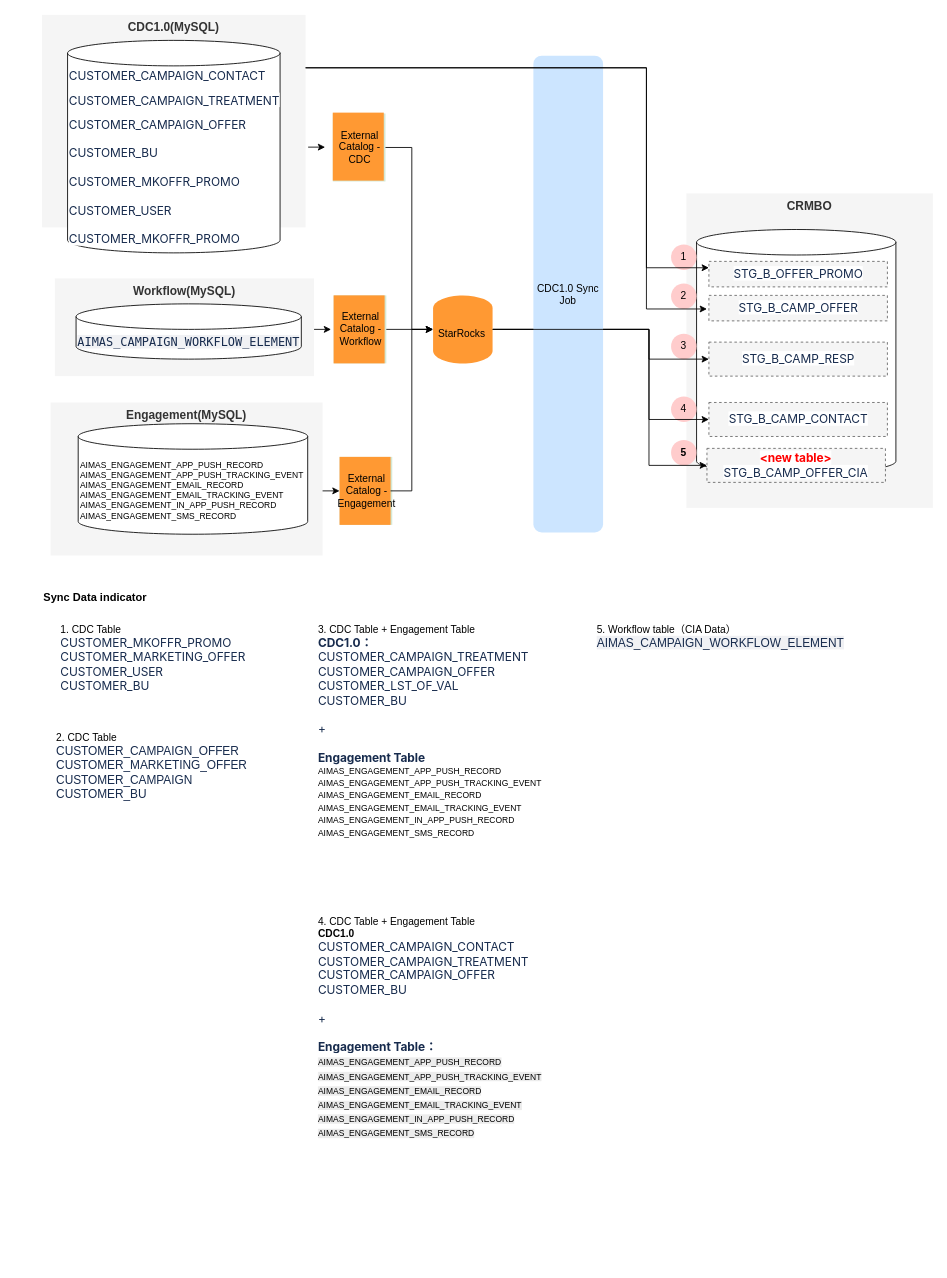
Above: techlab/EDP/CRMBO data integration strategy.drawio in qiufang1314/drawio (draw.io), before the change. Source tidied: cells renumbered, new cells numbered last; positions are measured from the earlier drawing's top-left corner, leaving out a move shared by most shapes. Both pictures are drawn from the tidied source at 85%, with x=0, y=0 at pixel (42, 14).
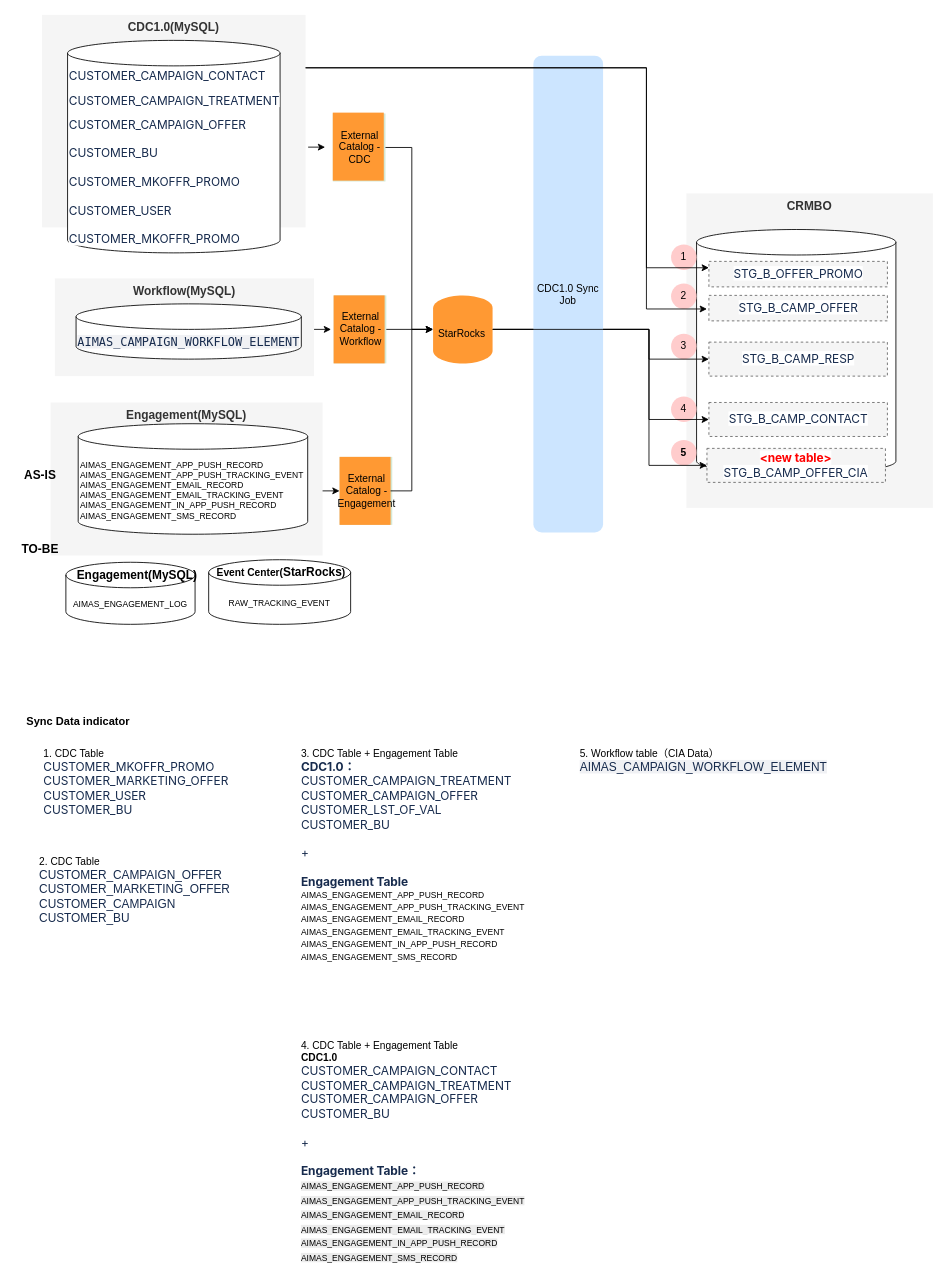
After the change.

Diff of the diagram source:
```diff
@@
     <mxCell id="33" value="1. CDC Table&lt;div&gt;&lt;span style=&quot;color: rgb(23, 43, 77); font-family: -apple-system, &amp;quot;system-ui&amp;quot;, &amp;quot;Segoe UI&amp;quot;, Roboto, Oxygen, Ubuntu, &amp;quot;Fira Sans&amp;quot;, &amp;quot;Droid Sans&amp;quot;, &amp;quot;Helvetica Neue&amp;quot;, sans-serif; font-size: 14px; letter-spacing: -0.07px; white-space-collapse: preserve; background-color: rgb(255, 255, 255);&quot;&gt;CUSTOMER_MKOFFR_PROMO&lt;/span&gt;&lt;br style=&quot;box-sizing: border-box; color: rgb(23, 43, 77); font-family: -apple-system, &amp;quot;system-ui&amp;quot;, &amp;quot;Segoe UI&amp;quot;, Roboto, Oxygen, Ubuntu, &amp;quot;Fira Sans&amp;quot;, &amp;quot;Droid Sans&amp;quot;, &amp;quot;Helvetica Neue&amp;quot;, sans-serif; font-size: 14px; letter-spacing: -0.07px; white-space-collapse: preserve; background-color: rgb(255, 255, 255);&quot;&gt;&lt;span style=&quot;color: rgb(23, 43, 77); font-family: -apple-system, &amp;quot;system-ui&amp;quot;, &amp;quot;Segoe UI&amp;quot;, Roboto, Oxygen, Ubuntu, &amp;quot;Fira Sans&amp;quot;, &amp;quot;Droid Sans&amp;quot;, &amp;quot;Helvetica Neue&amp;quot;, sans-serif; font-size: 14px; letter-spacing: -0.07px; white-space-collapse: preserve; background-color: rgb(255, 255, 255);&quot;&gt;CUSTOMER_MARKETING_OFFER&lt;/span&gt;&lt;br style=&quot;box-sizing: border-box; color: rgb(23, 43, 77); font-family: -apple-system, &amp;quot;system-ui&amp;quot;, &amp;quot;Segoe UI&amp;quot;, Roboto, Oxygen, Ubuntu, &amp;quot;Fira Sans&amp;quot;, &amp;quot;Droid Sans&amp;quot;, &amp;quot;Helvetica Neue&amp;quot;, sans-serif; font-size: 14px; letter-spacing: -0.07px; white-space-collapse: preserve; background-color: rgb(255, 255, 255);&quot;&gt;&lt;span style=&quot;color: rgb(23, 43, 77); font-family: -apple-system, &amp;quot;system-ui&amp;quot;, &amp;quot;Segoe UI&amp;quot;, Roboto, Oxygen, Ubuntu, &amp;quot;Fira Sans&amp;quot;, &amp;quot;Droid Sans&amp;quot;, &amp;quot;Helvetica Neue&amp;quot;, sans-serif; font-size: 14px; letter-spacing: -0.07px; white-space-collapse: preserve; background-color: rgb(255, 255, 255);&quot;&gt;CUSTOMER_USER&lt;/span&gt;&lt;br style=&quot;box-sizing: border-box; color: rgb(23, 43, 77); font-family: -apple-system, &amp;quot;system-ui&amp;quot;, &amp;quot;Segoe UI&amp;quot;, Roboto, Oxygen, Ubuntu, &amp;quot;Fira Sans&amp;quot;, &amp;quot;Droid Sans&amp;quot;, &amp;quot;Helvetica Neue&amp;quot;, sans-serif; font-size: 14px; letter-spacing: -0.07px; white-space-collapse: preserve; background-color: rgb(255, 255, 255);&quot;&gt;&lt;span style=&quot;color: rgb(23, 43, 77); font-family: -apple-system, &amp;quot;system-ui&amp;quot;, &amp;quot;Segoe UI&amp;quot;, Roboto, Oxygen, Ubuntu, &amp;quot;Fira Sans&amp;quot;, &amp;quot;Droid Sans&amp;quot;, &amp;quot;Helvetica Neue&amp;quot;, sans-serif; font-size: 14px; letter-spacing: -0.07px; white-space-collapse: preserve; background-color: rgb(255, 255, 255);&quot;&gt;CUSTOMER_BU&lt;/span&gt;&lt;/div&gt;" style="text;html=1;align=left;verticalAlign=top;whiteSpace=wrap;rounded=0;" parent="1" vertex="1">
-      <mxGeometry x="20" y="710" width="220" height="100" as="geometry" />
+      <mxGeometry y="856" width="220" height="100" as="geometry" />
     </mxCell>
     <mxCell id="34" value="&lt;font face=&quot;Helvetica&quot;&gt;2. CDC Table&lt;/font&gt;&lt;div&gt;&lt;font face=&quot;Helvetica&quot;&gt;&lt;span style=&quot;color: rgb(23, 43, 77); font-size: 14px; letter-spacing: -0.07px; white-space-collapse: preserve; background-color: rgb(255, 255, 255);&quot;&gt;CUSTOMER_CAMPAIGN_OFFER&lt;/span&gt;&lt;br style=&quot;box-sizing: border-box; color: rgb(23, 43, 77); font-size: 14px; letter-spacing: -0.07px; white-space-collapse: preserve; background-color: rgb(255, 255, 255);&quot;&gt;&lt;span style=&quot;color: rgb(23, 43, 77); font-size: 14px; letter-spacing: -0.07px; white-space-collapse: preserve; background-color: rgb(255, 255, 255);&quot;&gt;CUSTOMER_MARKETING_OFFER&lt;/span&gt;&lt;br style=&quot;box-sizing: border-box; color: rgb(23, 43, 77); font-size: 14px; letter-spacing: -0.07px; white-space-collapse: preserve; background-color: rgb(255, 255, 255);&quot;&gt;&lt;span style=&quot;color: rgb(23, 43, 77); font-size: 14px; letter-spacing: -0.07px; white-space-collapse: preserve; background-color: rgb(255, 255, 255);&quot;&gt;CUSTOMER_CAMPAIGN&lt;/span&gt;&lt;br style=&quot;box-sizing: border-box; color: rgb(23, 43, 77); font-size: 14px; letter-spacing: -0.07px; white-space-collapse: preserve; background-color: rgb(255, 255, 255);&quot;&gt;&lt;span style=&quot;color: rgb(23, 43, 77); font-size: 14px; letter-spacing: -0.07px; white-space-collapse: preserve; background-color: rgb(255, 255, 255);&quot;&gt;CUSTOMER_BU&lt;/span&gt;&lt;/font&gt;&lt;/div&gt;&lt;div&gt;&lt;span style=&quot;color: rgb(23, 43, 77); font-family: -apple-system, &amp;quot;system-ui&amp;quot;, &amp;quot;Segoe UI&amp;quot;, Roboto, Oxygen, Ubuntu, &amp;quot;Fira Sans&amp;quot;, &amp;quot;Droid Sans&amp;quot;, &amp;quot;Helvetica Neue&amp;quot;, sans-serif; font-size: 14px; letter-spacing: -0.07px; white-space-collapse: preserve; background-color: rgb(255, 255, 255);&quot;&gt;&lt;br&gt;&lt;/span&gt;&lt;/div&gt;" style="text;html=1;align=left;verticalAlign=top;whiteSpace=wrap;rounded=0;" parent="1" vertex="1">
-      <mxGeometry x="15" y="837" width="336" height="120" as="geometry" />
+      <mxGeometry x="-5" y="983" width="336" height="120" as="geometry" />
     </mxCell>
     <mxCell id="35" value="3. CDC Table + Engagement Table&lt;div&gt;&lt;font face=&quot;-apple-system, system-ui, Segoe UI, Roboto, Oxygen, Ubuntu, Fira Sans, Droid Sans, Helvetica Neue, sans-serif&quot; color=&quot;#172b4d&quot;&gt;&lt;span style=&quot;font-size: 14px; letter-spacing: -0.07px; white-space-collapse: preserve; background-color: rgb(255, 255, 255);&quot;&gt;&lt;b&gt;CDC1.0：&lt;/b&gt;&lt;/span&gt;&lt;/font&gt;&lt;/div&gt;&lt;div&gt;&lt;span style=&quot;color: rgb(23, 43, 77); font-family: -apple-system, &amp;quot;system-ui&amp;quot;, &amp;quot;Segoe UI&amp;quot;, Roboto, Oxygen, Ubuntu, &amp;quot;Fira Sans&amp;quot;, &amp;quot;Droid Sans&amp;quot;, &amp;quot;Helvetica Neue&amp;quot;, sans-serif; font-size: 14px; letter-spacing: -0.07px; white-space-collapse: preserve; background-color: rgb(255, 255, 255);&quot;&gt;CUSTOMER_CAMPAIGN_TREATMENT&lt;/span&gt;&lt;br style=&quot;box-sizing: border-box; color: rgb(23, 43, 77); font-family: -apple-system, &amp;quot;system-ui&amp;quot;, &amp;quot;Segoe UI&amp;quot;, Roboto, Oxygen, Ubuntu, &amp;quot;Fira Sans&amp;quot;, &amp;quot;Droid Sans&amp;quot;, &amp;quot;Helvetica Neue&amp;quot;, sans-serif; font-size: 14px; letter-spacing: -0.07px; white-space-collapse: preserve; background-color: rgb(255, 255, 255);&quot;&gt;&lt;span style=&quot;color: rgb(23, 43, 77); font-family: -apple-system, &amp;quot;system-ui&amp;quot;, &amp;quot;Segoe UI&amp;quot;, Roboto, Oxygen, Ubuntu, &amp;quot;Fira Sans&amp;quot;, &amp;quot;Droid Sans&amp;quot;, &amp;quot;Helvetica Neue&amp;quot;, sans-serif; font-size: 14px; letter-spacing: -0.07px; white-space-collapse: preserve; background-color: rgb(255, 255, 255);&quot;&gt;CUSTOMER_CAMPAIGN_OFFER&lt;/span&gt;&lt;br style=&quot;box-sizing: border-box; color: rgb(23, 43, 77); font-family: -apple-system, &amp;quot;system-ui&amp;quot;, &amp;quot;Segoe UI&amp;quot;, Roboto, Oxygen, Ubuntu, &amp;quot;Fira Sans&amp;quot;, &amp;quot;Droid Sans&amp;quot;, &amp;quot;Helvetica Neue&amp;quot;, sans-serif; font-size: 14px; letter-spacing: -0.07px; white-space-collapse: preserve; background-color: rgb(255, 255, 255);&quot;&gt;&lt;span style=&quot;color: rgb(23, 43, 77); font-family: -apple-system, &amp;quot;system-ui&amp;quot;, &amp;quot;Segoe UI&amp;quot;, Roboto, Oxygen, Ubuntu, &amp;quot;Fira Sans&amp;quot;, &amp;quot;Droid Sans&amp;quot;, &amp;quot;Helvetica Neue&amp;quot;, sans-serif; font-size: 14px; letter-spacing: -0.07px; white-space-collapse: preserve; background-color: rgb(255, 255, 255);&quot;&gt;CUSTOMER_LST_OF_VAL&lt;/span&gt;&lt;br style=&quot;box-sizing: border-box; color: rgb(23, 43, 77); font-family: -apple-system, &amp;quot;system-ui&amp;quot;, &amp;quot;Segoe UI&amp;quot;, Roboto, Oxygen, Ubuntu, &amp;quot;Fira Sans&amp;quot;, &amp;quot;Droid Sans&amp;quot;, &amp;quot;Helvetica Neue&amp;quot;, sans-serif; font-size: 14px; letter-spacing: -0.07px; white-space-collapse: preserve; background-color: rgb(255, 255, 255);&quot;&gt;&lt;span style=&quot;color: rgb(23, 43, 77); font-family: -apple-system, &amp;quot;system-ui&amp;quot;, &amp;quot;Segoe UI&amp;quot;, Roboto, Oxygen, Ubuntu, &amp;quot;Fira Sans&amp;quot;, &amp;quot;Droid Sans&amp;quot;, &amp;quot;Helvetica Neue&amp;quot;, sans-serif; font-size: 14px; letter-spacing: -0.07px; white-space-collapse: preserve; background-color: rgb(255, 255, 255);&quot;&gt;CUSTOMER_BU&lt;/span&gt;&lt;/div&gt;&lt;div&gt;&lt;span style=&quot;color: rgb(23, 43, 77); font-family: -apple-system, &amp;quot;system-ui&amp;quot;, &amp;quot;Segoe UI&amp;quot;, Roboto, Oxygen, Ubuntu, &amp;quot;Fira Sans&amp;quot;, &amp;quot;Droid Sans&amp;quot;, &amp;quot;Helvetica Neue&amp;quot;, sans-serif; font-size: 14px; letter-spacing: -0.07px; white-space-collapse: preserve; background-color: rgb(255, 255, 255);&quot;&gt;&lt;br&gt;&lt;/span&gt;&lt;/div&gt;&lt;div&gt;&lt;span style=&quot;color: rgb(23, 43, 77); font-family: -apple-system, &amp;quot;system-ui&amp;quot;, &amp;quot;Segoe UI&amp;quot;, Roboto, Oxygen, Ubuntu, &amp;quot;Fira Sans&amp;quot;, &amp;quot;Droid Sans&amp;quot;, &amp;quot;Helvetica Neue&amp;quot;, sans-serif; font-size: 14px; letter-spacing: -0.07px; white-space-collapse: preserve; background-color: rgb(255, 255, 255);&quot;&gt;+&lt;/span&gt;&lt;/div&gt;&lt;div&gt;&lt;span style=&quot;color: rgb(23, 43, 77); font-family: -apple-system, &amp;quot;system-ui&amp;quot;, &amp;quot;Segoe UI&amp;quot;, Roboto, Oxygen, Ubuntu, &amp;quot;Fira Sans&amp;quot;, &amp;quot;Droid Sans&amp;quot;, &amp;quot;Helvetica Neue&amp;quot;, sans-serif; font-size: 14px; letter-spacing: -0.07px; white-space-collapse: preserve; background-color: rgb(255, 255, 255);&quot;&gt;&lt;br&gt;&lt;/span&gt;&lt;/div&gt;&lt;div&gt;&lt;span style=&quot;color: rgb(23, 43, 77); font-family: -apple-system, &amp;quot;system-ui&amp;quot;, &amp;quot;Segoe UI&amp;quot;, Roboto, Oxygen, Ubuntu, &amp;quot;Fira Sans&amp;quot;, &amp;quot;Droid Sans&amp;quot;, &amp;quot;Helvetica Neue&amp;quot;, sans-serif; font-size: 14px; letter-spacing: -0.07px; white-space-collapse: preserve; background-color: rgb(255, 255, 255);&quot;&gt;&lt;b&gt;Engagement Table&lt;/b&gt;&lt;/span&gt;&lt;/div&gt;&lt;div&gt;&lt;font face=&quot;Helvetica&quot;&gt;&lt;span style=&quot;font-size: 10px;&quot;&gt;AIMAS_ENGAGEMENT_APP_PUSH_RECORD&lt;/span&gt;&lt;br style=&quot;font-size: 10px;&quot;&gt;&lt;span style=&quot;font-size: 10px;&quot;&gt;AIMAS_ENGAGEMENT_APP_PUSH_TRACKING_EVENT&lt;/span&gt;&lt;br style=&quot;font-size: 10px;&quot;&gt;&lt;span style=&quot;font-size: 10px;&quot;&gt;AIMAS_ENGAGEMENT_EMAIL_RECORD&lt;/span&gt;&lt;br style=&quot;font-size: 10px;&quot;&gt;&lt;span style=&quot;font-size: 10px;&quot;&gt;AIMAS_ENGAGEMENT_EMAIL_TRACKING_EVENT&lt;/span&gt;&lt;br style=&quot;font-size: 10px;&quot;&gt;&lt;span style=&quot;font-size: 10px;&quot;&gt;AIMAS_ENGAGEMENT_IN_APP_PUSH_RECORD&lt;/span&gt;&lt;br style=&quot;font-size: 10px;&quot;&gt;&lt;span style=&quot;font-size: 10px;&quot;&gt;AIMAS_ENGAGEMENT_SMS_RECORD&lt;/span&gt;&lt;/font&gt;&lt;/div&gt;" style="text;html=1;align=left;verticalAlign=top;whiteSpace=wrap;rounded=0;" parent="1" vertex="1">
-      <mxGeometry x="323" y="710" width="220" height="100" as="geometry" />
+      <mxGeometry x="303" y="856" width="220" height="100" as="geometry" />
     </mxCell>
     <mxCell id="36" value="4. CDC Table + Engagement Table&lt;div&gt;&lt;b&gt;CDC1.0&lt;/b&gt;&lt;br&gt;&lt;div&gt;&lt;font face=&quot;-apple-system, system-ui, Segoe UI, Roboto, Oxygen, Ubuntu, Fira Sans, Droid Sans, Helvetica Neue, sans-serif&quot; color=&quot;#172b4d&quot;&gt;&lt;span style=&quot;font-size: 14px; letter-spacing: -0.07px; white-space-collapse: preserve;&quot;&gt;CUSTOMER_CAMPAIGN_CONTACT&lt;br&gt;CUSTOMER_CAMPAIGN_TREATMENT&lt;br&gt;CUSTOMER_CAMPAIGN_OFFER&lt;br&gt;CUSTOMER_BU&lt;/span&gt;&lt;/font&gt;&lt;/div&gt;&lt;div&gt;&lt;span style=&quot;color: rgb(23, 43, 77); font-family: -apple-system, &amp;quot;system-ui&amp;quot;, &amp;quot;Segoe UI&amp;quot;, Roboto, Oxygen, Ubuntu, &amp;quot;Fira Sans&amp;quot;, &amp;quot;Droid Sans&amp;quot;, &amp;quot;Helvetica Neue&amp;quot;, sans-serif; font-size: 14px; letter-spacing: -0.07px; white-space-collapse: preserve; background-color: rgb(255, 255, 255);&quot;&gt;&lt;br&gt;&lt;/span&gt;&lt;/div&gt;&lt;div&gt;&lt;span style=&quot;color: rgb(23, 43, 77); font-family: -apple-system, &amp;quot;system-ui&amp;quot;, &amp;quot;Segoe UI&amp;quot;, Roboto, Oxygen, Ubuntu, &amp;quot;Fira Sans&amp;quot;, &amp;quot;Droid Sans&amp;quot;, &amp;quot;Helvetica Neue&amp;quot;, sans-serif; font-size: 14px; letter-spacing: -0.07px; white-space-collapse: preserve; background-color: rgb(255, 255, 255);&quot;&gt;+&lt;/span&gt;&lt;/div&gt;&lt;div&gt;&lt;span style=&quot;color: rgb(23, 43, 77); font-family: -apple-system, &amp;quot;system-ui&amp;quot;, &amp;quot;Segoe UI&amp;quot;, Roboto, Oxygen, Ubuntu, &amp;quot;Fira Sans&amp;quot;, &amp;quot;Droid Sans&amp;quot;, &amp;quot;Helvetica Neue&amp;quot;, sans-serif; font-size: 14px; letter-spacing: -0.07px; white-space-collapse: preserve; background-color: rgb(255, 255, 255);&quot;&gt;&lt;br&gt;&lt;/span&gt;&lt;/div&gt;&lt;div&gt;&lt;span style=&quot;color: rgb(23, 43, 77); font-family: -apple-system, &amp;quot;system-ui&amp;quot;, &amp;quot;Segoe UI&amp;quot;, Roboto, Oxygen, Ubuntu, &amp;quot;Fira Sans&amp;quot;, &amp;quot;Droid Sans&amp;quot;, &amp;quot;Helvetica Neue&amp;quot;, sans-serif; font-size: 14px; letter-spacing: -0.07px; white-space-collapse: preserve; background-color: rgb(255, 255, 255);&quot;&gt;&lt;b&gt;Engagement Table：&lt;/b&gt;&lt;/span&gt;&lt;/div&gt;&lt;/div&gt;&lt;div&gt;&lt;span style=&quot;color: rgb(23, 43, 77); font-family: -apple-system, &amp;quot;system-ui&amp;quot;, &amp;quot;Segoe UI&amp;quot;, Roboto, Oxygen, Ubuntu, &amp;quot;Fira Sans&amp;quot;, &amp;quot;Droid Sans&amp;quot;, &amp;quot;Helvetica Neue&amp;quot;, sans-serif; font-size: 14px; letter-spacing: -0.07px; white-space-collapse: preserve; background-color: rgb(255, 255, 255);&quot;&gt;&lt;span style=&quot;color: rgb(0, 0, 0); font-family: Helvetica; letter-spacing: normal; white-space-collapse: collapse; background-color: rgb(236, 236, 236); font-size: 10px;&quot;&gt;AIMAS_ENGAGEMENT_APP_PUSH_RECORD&lt;/span&gt;&lt;br style=&quot;color: rgb(0, 0, 0); font-family: Helvetica; letter-spacing: normal; white-space-collapse: collapse; background-color: rgb(236, 236, 236); font-size: 10px;&quot;&gt;&lt;span style=&quot;color: rgb(0, 0, 0); font-family: Helvetica; letter-spacing: normal; white-space-collapse: collapse; background-color: rgb(236, 236, 236); font-size: 10px;&quot;&gt;AIMAS_ENGAGEMENT_APP_PUSH_TRACKING_EVENT&lt;/span&gt;&lt;br style=&quot;color: rgb(0, 0, 0); font-family: Helvetica; letter-spacing: normal; white-space-collapse: collapse; background-color: rgb(236, 236, 236); font-size: 10px;&quot;&gt;&lt;span style=&quot;color: rgb(0, 0, 0); font-family: Helvetica; letter-spacing: normal; white-space-collapse: collapse; background-color: rgb(236, 236, 236); font-size: 10px;&quot;&gt;AIMAS_ENGAGEMENT_EMAIL_RECORD&lt;/span&gt;&lt;br style=&quot;color: rgb(0, 0, 0); font-family: Helvetica; letter-spacing: normal; white-space-collapse: collapse; background-color: rgb(236, 236, 236); font-size: 10px;&quot;&gt;&lt;span style=&quot;color: rgb(0, 0, 0); font-family: Helvetica; letter-spacing: normal; white-space-collapse: collapse; background-color: rgb(236, 236, 236); font-size: 10px;&quot;&gt;AIMAS_ENGAGEMENT_EMAIL_TRACKING_EVENT&lt;/span&gt;&lt;br style=&quot;color: rgb(0, 0, 0); font-family: Helvetica; letter-spacing: normal; white-space-collapse: collapse; background-color: rgb(236, 236, 236); font-size: 10px;&quot;&gt;&lt;span style=&quot;color: rgb(0, 0, 0); font-family: Helvetica; letter-spacing: normal; white-space-collapse: collapse; background-color: rgb(236, 236, 236); font-size: 10px;&quot;&gt;AIMAS_ENGAGEMENT_IN_APP_PUSH_RECORD&lt;/span&gt;&lt;br style=&quot;color: rgb(0, 0, 0); font-family: Helvetica; letter-spacing: normal; white-space-collapse: collapse; background-color: rgb(236, 236, 236); font-size: 10px;&quot;&gt;&lt;span style=&quot;color: rgb(0, 0, 0); font-family: Helvetica; letter-spacing: normal; white-space-collapse: collapse; background-color: rgb(236, 236, 236); font-size: 10px;&quot;&gt;AIMAS_ENGAGEMENT_SMS_RECORD&lt;/span&gt;&lt;/span&gt;&lt;/div&gt;" style="text;html=1;align=left;verticalAlign=top;whiteSpace=wrap;rounded=0;" parent="1" vertex="1">
-      <mxGeometry x="323" y="1053" width="220" height="100" as="geometry" />
+      <mxGeometry x="303" y="1199" width="220" height="100" as="geometry" />
     </mxCell>
@@
     <mxCell id="39" value="5. Workflow table（CIA Data）&lt;div&gt;&lt;span style=&quot;color: rgb(23, 43, 77); font-size: 14px; white-space: pre; background-color: rgba(9, 30, 66, 0.06);&quot;&gt;AIMAS_CAMPAIGN_WORKFLOW_ELEMENT&lt;/span&gt;&lt;/div&gt;" style="text;html=1;align=left;verticalAlign=top;whiteSpace=wrap;rounded=0;" parent="1" vertex="1">
-      <mxGeometry x="651" y="710" width="342" height="100" as="geometry" />
+      <mxGeometry x="631" y="856" width="342" height="100" as="geometry" />
     </mxCell>
@@
     <mxCell id="44" value="Sync Data indicator" style="text;html=1;align=left;verticalAlign=middle;whiteSpace=wrap;rounded=0;fontStyle=1;fontSize=13;" parent="1" vertex="1">
-      <mxGeometry y="670" width="165" height="30" as="geometry" />
+      <mxGeometry x="-20" y="816" width="165" height="30" as="geometry" />
     </mxCell>
@@
+    <mxCell id="49" value="AS-IS" style="text;html=1;align=center;verticalAlign=middle;whiteSpace=wrap;rounded=0;fontStyle=1;fontSize=14;" parent="1" vertex="1">
+      <mxGeometry x="-32" y="526" width="60" height="30" as="geometry" />
+    </mxCell>
+    <mxCell id="50" value="TO-BE" style="text;html=1;align=center;verticalAlign=middle;whiteSpace=wrap;rounded=0;fontStyle=1;fontSize=14;" parent="1" vertex="1">
+      <mxGeometry x="-32" y="614" width="60" height="30" as="geometry" />
+    </mxCell>
+    <mxCell id="51" value="&lt;p&gt;AIMAS_ENGAGEMENT_LOG&lt;/p&gt;" style="shape=cylinder3;whiteSpace=wrap;html=1;boundedLbl=1;backgroundOutline=1;size=15;fontSize=10;align=center;" parent="1" vertex="1">
+      <mxGeometry x="28" y="644" width="152" height="73" as="geometry" />
+    </mxCell>
+    <mxCell id="52" value="&lt;b&gt;&lt;font style=&quot;font-size: 14px;&quot;&gt;Engagement(MySQL)&lt;/font&gt;&lt;/b&gt;" style="text;html=1;align=center;verticalAlign=middle;whiteSpace=wrap;rounded=0;" parent="1" vertex="1">
+      <mxGeometry x="82" y="644" width="60" height="30" as="geometry" />
+    </mxCell>
+    <mxCell id="53" value="&lt;p&gt;RAW_TRACKING_EVENT&lt;/p&gt;" style="shape=cylinder3;whiteSpace=wrap;html=1;boundedLbl=1;backgroundOutline=1;size=15;fontSize=10;align=center;" parent="1" vertex="1">
+      <mxGeometry x="196" y="641" width="167" height="76" as="geometry" />
+    </mxCell>
+    <mxCell id="54" value="&lt;b&gt;Event Center(&lt;span style=&quot;font-size: 14px;&quot;&gt;StarRocks&lt;/span&gt;)&lt;/b&gt;" style="text;html=1;align=center;verticalAlign=middle;whiteSpace=wrap;rounded=0;" parent="1" vertex="1">
+      <mxGeometry x="196" y="641" width="171" height="30" as="geometry" />
+    </mxCell>
```
